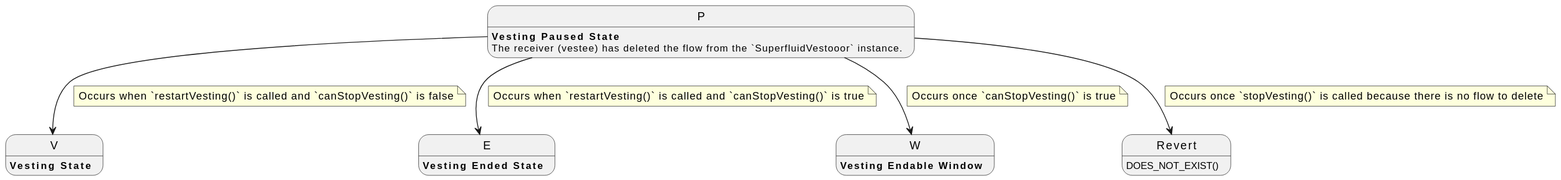
superfluid-finance/esg keeps this PlantUML diagram as superfluid-vester-a/evm-contracts/plantuml/vesting_paused_state.svg. Above is the earlier version.
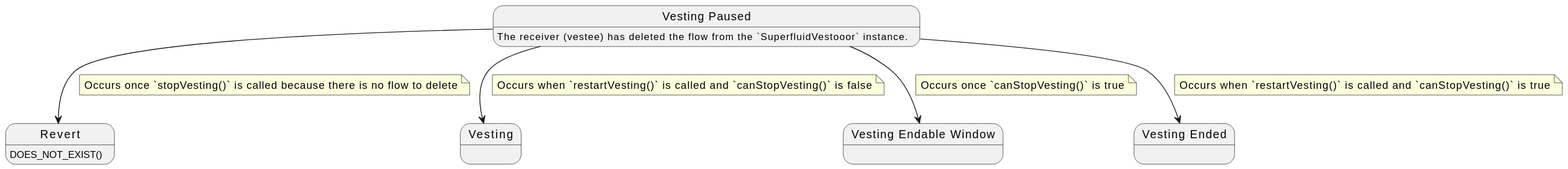
The same diagram one commit later.

Diff of the diagram source:
```diff
@@ -1,7 +1,17 @@
 @startuml
+state P {
+state "Vesting Paused" as P
+}
+state V {
+state "Vesting" as V
+}
+state W {
+state "Vesting Endable Window" as W
+}
+state E {
+state "Vesting Ended" as E
+}
 P --> V
-P : **Vesting Paused State**
-V : **Vesting State**
 P :The receiver (vestee) has deleted the flow from the `SuperfluidVestooor` instance.
 
 note on link
@@ -9,14 +19,12 @@
 end note
 
 P --> E
-E : **Vesting Ended State**
 
 note on link
 Occurs when `restartVesting()` is called and `canStopVesting()` is true
 end note
 
 P --> W
-W : **Vesting Endable Window**
 
 note on link
 Occurs once `canStopVesting()` is true
```
